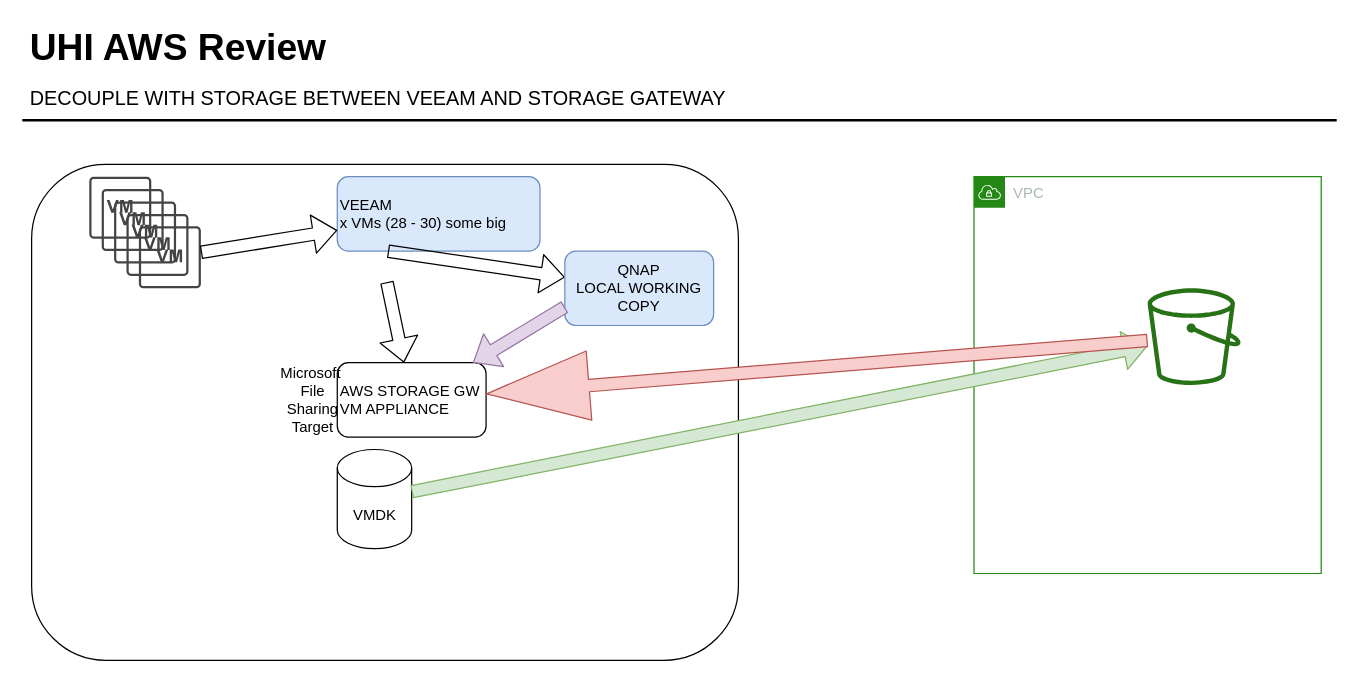
Earlier version of the draw.io diagram page "QNAP WORKING COPY" (2 of 11) of uhi.drawio (taupoali/awsdiagrams). Source tidied: cells renumbered, new cells numbered last; positions are measured from the earlier drawing's top-left corner, leaving out a move shared by most shapes. Both pictures are drawn from the tidied source at 124%, with x=0, y=0 at pixel (21, 20).
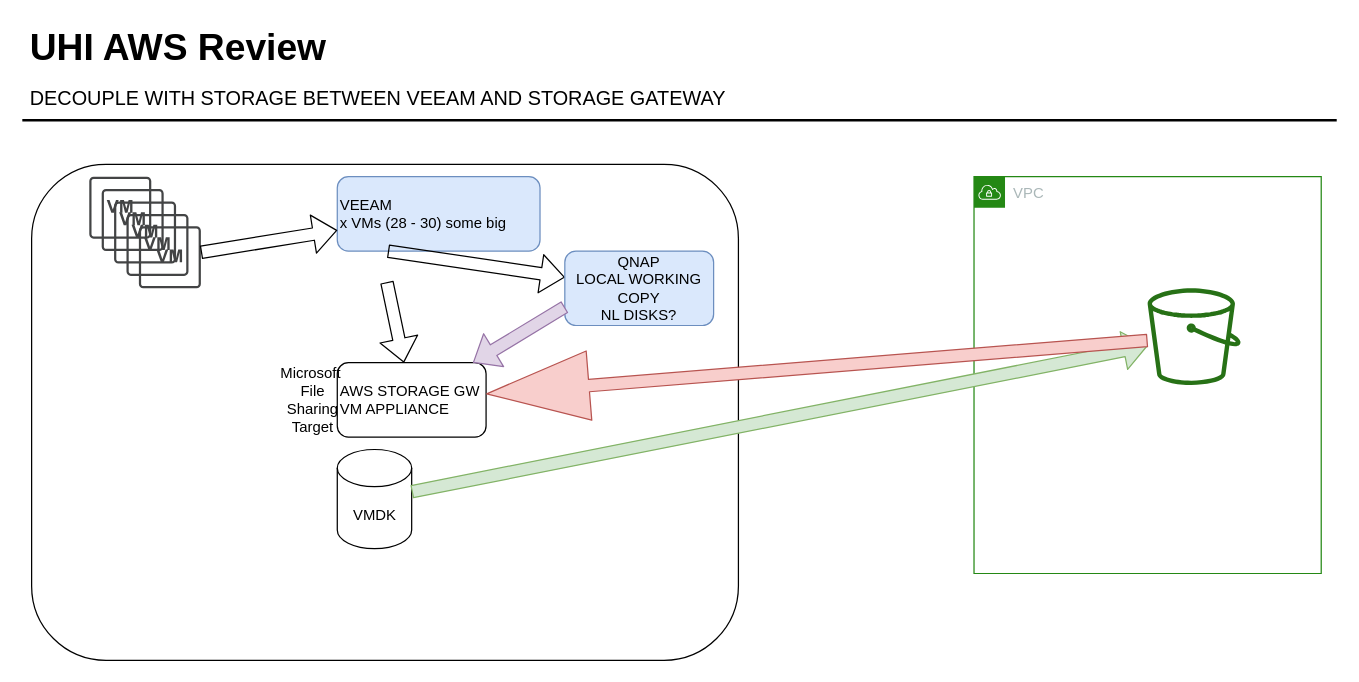
The same diagram, later.

Diff of the diagram source:
```diff
@@
-    <mxCell id="21" value="QNAP&lt;br&gt;LOCAL WORKING COPY" style="rounded=1;whiteSpace=wrap;html=1;fillColor=#dae8fc;strokeColor=#6c8ebf;" parent="1" vertex="1">
+    <mxCell id="21" value="QNAP&lt;br&gt;LOCAL WORKING COPY&lt;br&gt;NL DISKS?" style="rounded=1;whiteSpace=wrap;html=1;fillColor=#dae8fc;strokeColor=#6c8ebf;" parent="1" vertex="1">
       <mxGeometry x="438" y="186" width="120" height="60" as="geometry" />
     </mxCell>
```
